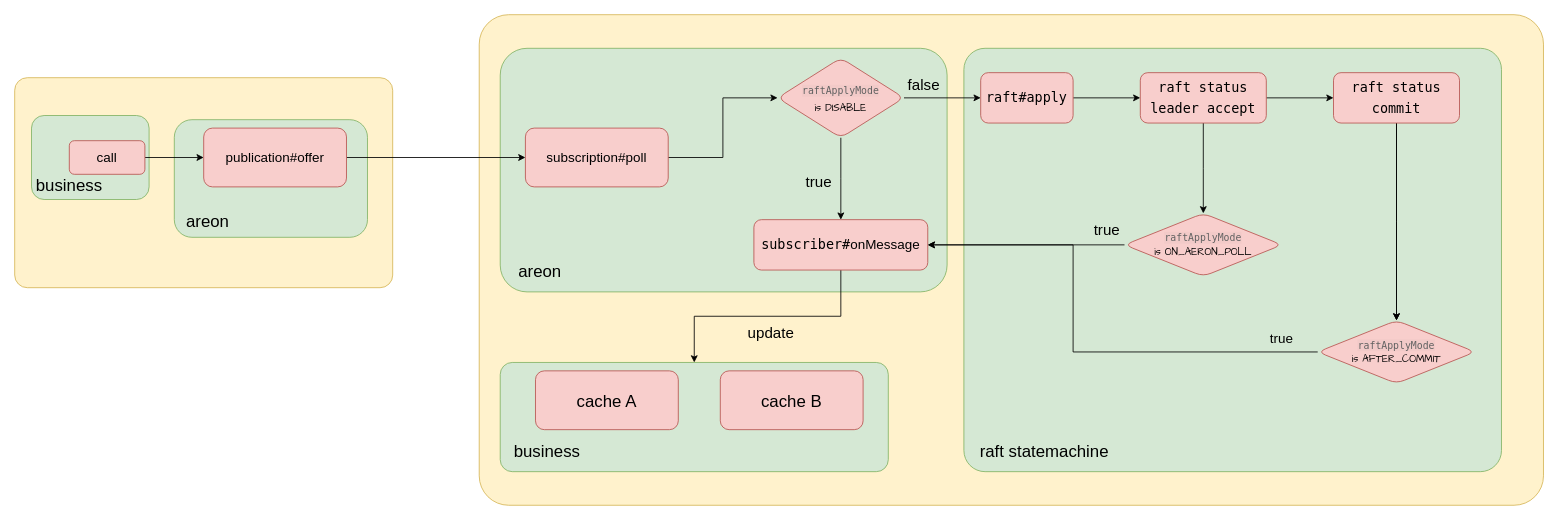
Before: areon_n_raft.drawio in kyleexu/peanuts, a draw.io diagram. Source tidied: cells renumbered, new cells numbered last; positions are measured from the earlier drawing's top-left corner, leaving out a move shared by most shapes. Both pictures are drawn from the tidied source at 84%, with x=0, y=0 at pixel (14, 14).
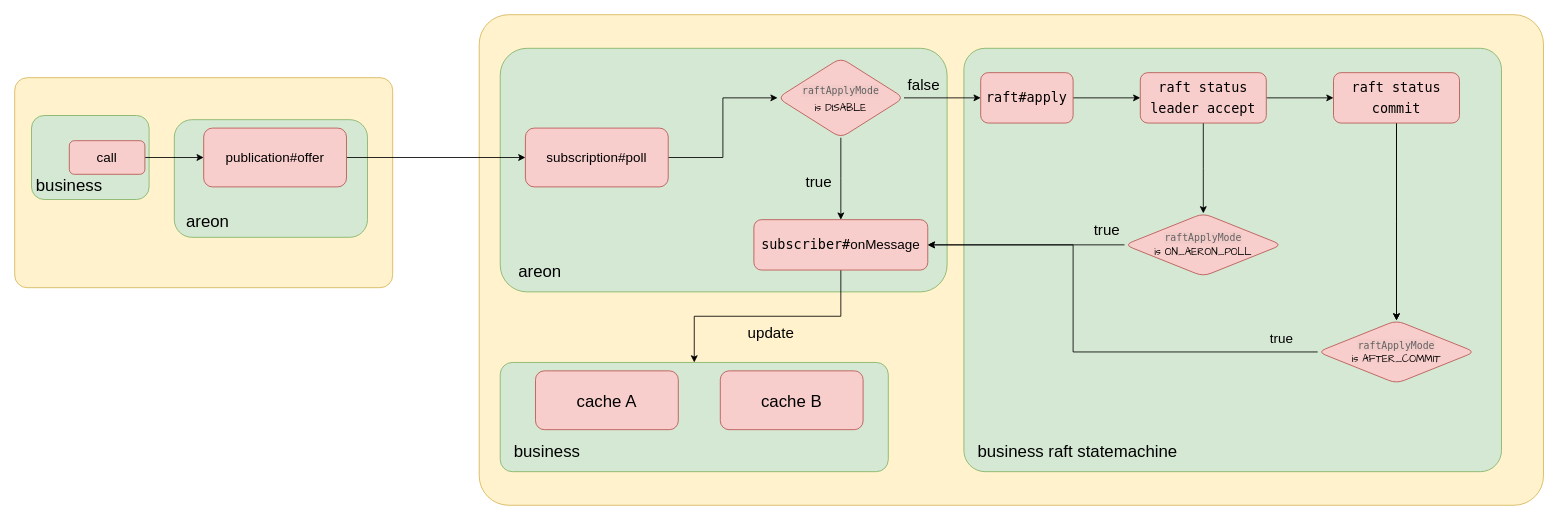
The same diagram, later.

Commit message:
add areon_n_raft

Diff of the diagram source:
```diff
@@
-    <mxCell id="42" value="raft statemachine" style="text;html=1;align=center;verticalAlign=middle;whiteSpace=wrap;rounded=0;fontSize=20;" parent="1" vertex="1">
-      <mxGeometry x="1131.2" y="494" width="190" height="50" as="geometry" />
+    <mxCell id="42" value="business raft statemachine" style="text;html=1;align=center;verticalAlign=middle;whiteSpace=wrap;rounded=0;fontSize=20;" parent="1" vertex="1">
+      <mxGeometry x="1131.2" y="494" width="268.8" height="50" as="geometry" />
     </mxCell>
```
